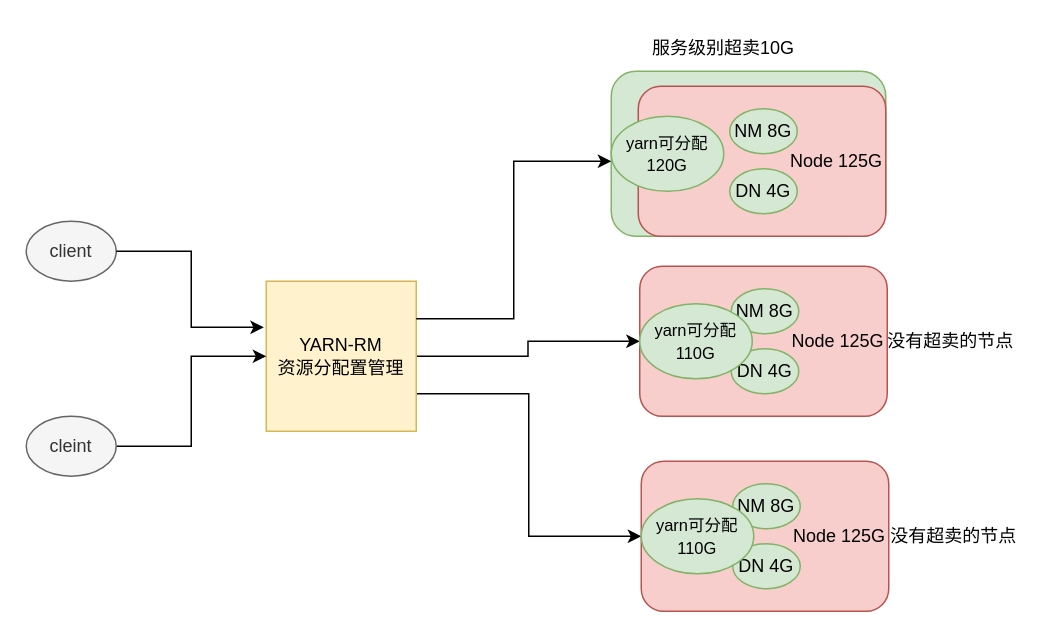
liangrui198/001 keeps this draw.io diagram as yarn-超.drawio. Above is the earlier version. Source tidied: cells renumbered, new cells numbered last; positions are measured from the earlier drawing's top-left corner, leaving out a move shared by most shapes. Both pictures are drawn from the tidied source at 150%, with x=0, y=0 at pixel (26, 26).
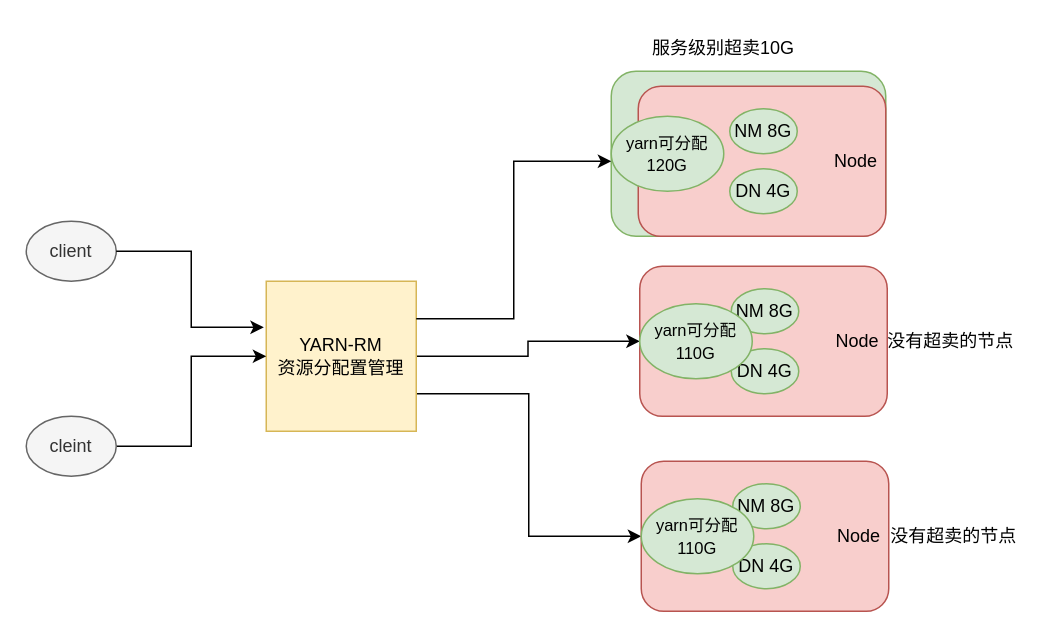
After the change.

Change to the diagram source:
```diff
@@
-    <mxCell id="7" value="&lt;blockquote style=&quot;margin: 0 0 0 40px; border: none; padding: 0px;&quot;&gt;Node 125G&lt;/blockquote&gt;" style="rounded=1;whiteSpace=wrap;html=1;align=right;fillColor=#f8cecc;strokeColor=#b85450;" parent="1" vertex="1">
+    <mxCell id="7" value="&lt;blockquote style=&quot;margin: 0 0 0 40px; border: none; padding: 0px;&quot;&gt;Node&amp;nbsp;&lt;/blockquote&gt;" style="rounded=1;whiteSpace=wrap;html=1;align=right;fillColor=#f8cecc;strokeColor=#b85450;" parent="1" vertex="1">
       <mxGeometry x="408" y="40" width="165" height="100" as="geometry" />
     </mxCell>
@@
-    <mxCell id="14" value="&lt;blockquote style=&quot;margin: 0 0 0 40px; border: none; padding: 0px;&quot;&gt;Node 125G&lt;/blockquote&gt;" style="rounded=1;whiteSpace=wrap;html=1;align=right;fillColor=#f8cecc;strokeColor=#b85450;" parent="1" vertex="1">
+    <mxCell id="14" value="&lt;blockquote style=&quot;margin: 0 0 0 40px; border: none; padding: 0px;&quot;&gt;Node&amp;nbsp;&lt;/blockquote&gt;" style="rounded=1;whiteSpace=wrap;html=1;align=right;fillColor=#f8cecc;strokeColor=#b85450;" parent="1" vertex="1">
       <mxGeometry x="409" y="160" width="165" height="100" as="geometry" />
     </mxCell>
@@
-    <mxCell id="18" value="&lt;blockquote style=&quot;margin: 0 0 0 40px; border: none; padding: 0px;&quot;&gt;Node 125G&lt;/blockquote&gt;" style="rounded=1;whiteSpace=wrap;html=1;align=right;fillColor=#f8cecc;strokeColor=#b85450;" parent="1" vertex="1">
+    <mxCell id="18" value="&lt;blockquote style=&quot;margin: 0 0 0 40px; border: none; padding: 0px;&quot;&gt;Node&amp;nbsp;&lt;/blockquote&gt;" style="rounded=1;whiteSpace=wrap;html=1;align=right;fillColor=#f8cecc;strokeColor=#b85450;" parent="1" vertex="1">
       <mxGeometry x="410" y="290" width="165" height="100" as="geometry" />
     </mxCell>
```
